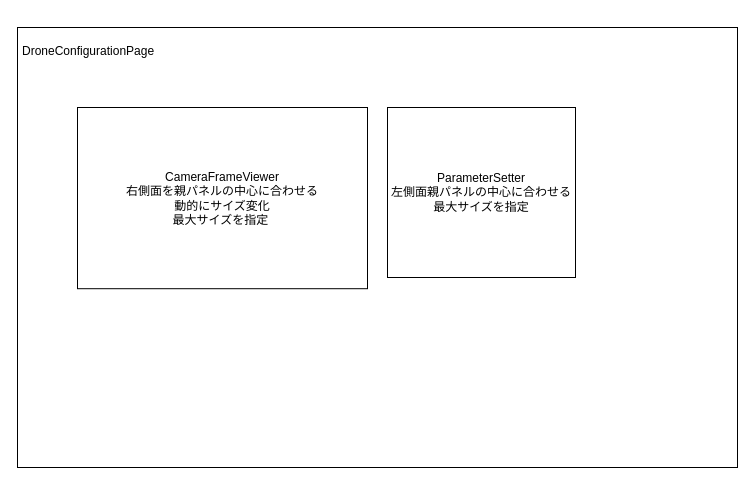
This is page "GUI" (7 of 7) of docs/IDLS_Configurator_OverView.drawio from elapids-tech/gcs, a draw.io file, before an edit. Source tidied: cells renumbered, new cells numbered last; positions are measured from the earlier drawing's top-left corner, leaving out a move shared by most shapes. Both pictures are drawn from the tidied source at 100%, with x=0, y=0 at pixel (17, 27).
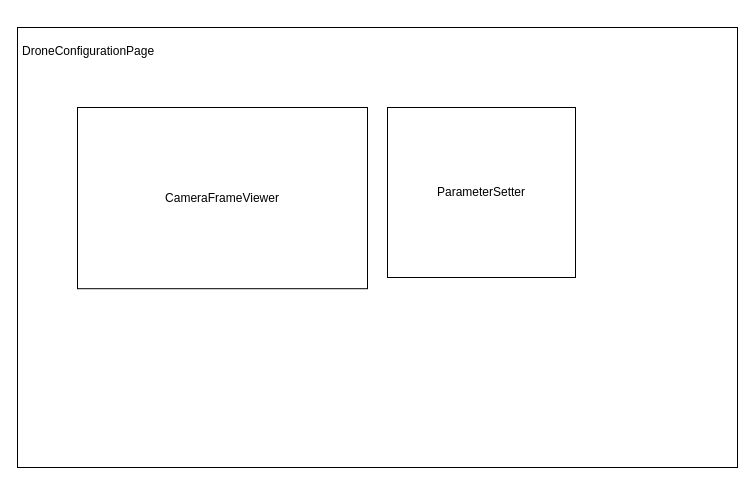
The same page after the edit.

Commit message:
gui ワイヤーフレーム追加

The edit, as a diff of the source:
```diff
@@
 <mxGraphModel>
   <root>
     <mxCell id="0" />
     <mxCell id="1" parent="0" />
     <mxCell id="2" value="&lt;h1&gt;&lt;font style=&quot;font-size: 12px; font-weight: normal;&quot;&gt;DroneConfigurationPage&lt;/font&gt;&lt;br&gt;&lt;/h1&gt;" style="text;html=1;strokeColor=default;fillColor=none;spacing=5;spacingTop=-20;whiteSpace=wrap;overflow=hidden;rounded=0;" parent="1" vertex="1">
       <mxGeometry width="720" height="440" as="geometry" />
     </mxCell>
-    <mxCell id="3" value="CameraFrameViewer&lt;br&gt;右側面を親パネルの中心に合わせる &lt;br&gt;動的にサイズ変化 &lt;br&gt;最大サイズを指定&amp;nbsp;" style="rounded=0;whiteSpace=wrap;html=1;" parent="1" vertex="1">
+    <mxCell id="3" value="CameraFrameViewer" style="rounded=0;whiteSpace=wrap;html=1;" parent="1" vertex="1">
       <mxGeometry x="60" y="80" width="290" height="181.2" as="geometry" />
     </mxCell>
-    <mxCell id="4" value="ParameterSetter&lt;br&gt;左側面親パネルの中心に合わせる &lt;br&gt;最大サイズを指定" style="rounded=0;whiteSpace=wrap;html=1;" parent="1" vertex="1">
+    <mxCell id="4" value="ParameterSetter" style="rounded=0;whiteSpace=wrap;html=1;" parent="1" vertex="1">
       <mxGeometry x="370" y="80" width="188" height="170" as="geometry" />
     </mxCell>
   </root>
 </mxGraphModel>
```
